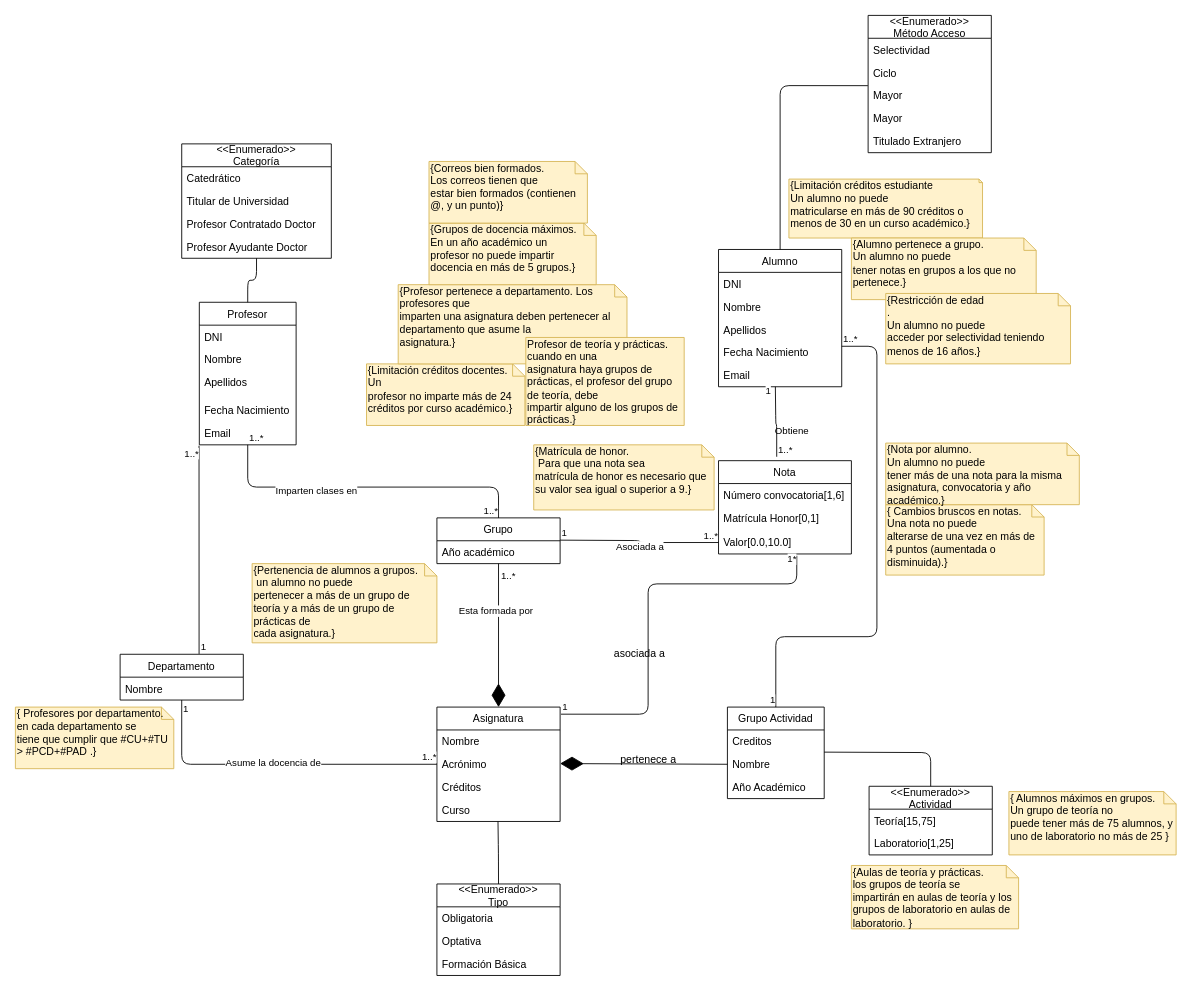
The draw.io diagram page "Gestion de Docencia" (3 of 5) of entregable1IISSI.drawio in juanlo017/GUZZY, before the edit. Source tidied: cells renumbered, new cells numbered last; positions are measured from the earlier drawing's top-left corner, leaving out a move shared by most shapes. Both pictures are drawn from the tidied source at 88%, with x=0, y=0 at pixel (15, 15).
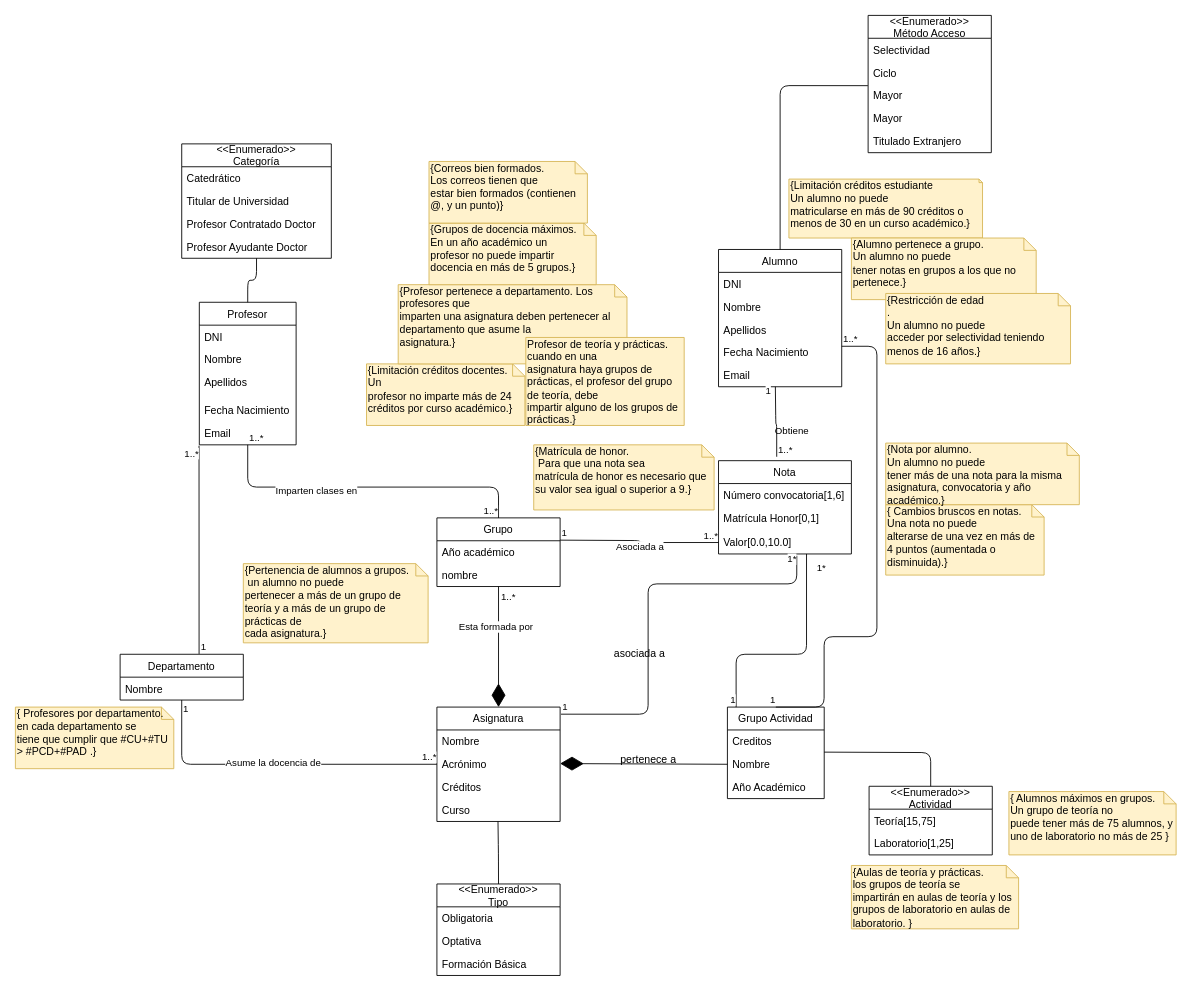
The same diagram, later.

Unchanged cells that the change refers to:
```xml
<mxCell id="63" value="Grupo Actividad" style="swimlane;fontStyle=0;horizontal=1;startSize=26;fillColor=none;" parent="1" vertex="1">
  <mxGeometry x="809.1" y="786" width="110" height="104" as="geometry" />
</mxCell>
```

Diff of the diagram source:
```diff
@@
     <mxCell id="36" value="Grupo" style="swimlane;fontStyle=0;horizontal=1;startSize=26;fillColor=none;" parent="1" vertex="1">
-      <mxGeometry x="479" y="571" width="140" height="52" as="geometry" />
+      <mxGeometry x="479" y="571" width="140" height="78" as="geometry" />
     </mxCell>
+    <mxCell id="99" value="Año académico" style="text;strokeColor=none;fillColor=none;align=left;verticalAlign=top;spacingLeft=4;spacingRight=4;overflow=hidden;" parent="36" vertex="1">
+      <mxGeometry y="26" width="140" height="26" as="geometry" />
+    </mxCell>
-    <mxCell id="37" value="Año académico" style="text;strokeColor=none;fillColor=none;align=left;verticalAlign=top;spacingLeft=4;spacingRight=4;overflow=hidden;" parent="36" vertex="1">
-      <mxGeometry y="26" width="140" height="26" as="geometry" />
+    <mxCell id="37" value="nombre" style="text;strokeColor=none;fillColor=none;align=left;verticalAlign=top;spacingLeft=4;spacingRight=4;overflow=hidden;" parent="36" vertex="1">
+      <mxGeometry y="52" width="140" height="26" as="geometry" />
     </mxCell>
@@
     <mxCell id="72" style="endArrow=none;html=1;edgeStyle=orthogonalEdgeStyle;entryX=0.5;entryY=0;entryDx=0;entryDy=0;" parent="1" edge="1" target="63">
       <mxGeometry relative="1" as="geometry">
         <mxPoint x="939" y="376" as="sourcePoint" />
         <Array as="points">
           <mxPoint x="979" y="376" />
           <mxPoint x="979" y="706" />
-          <mxPoint x="864" y="706" />
+          <mxPoint x="919" y="706" />
+          <mxPoint x="919" y="786" />
         </Array>
       </mxGeometry>
     </mxCell>
@@
     <mxCell id="82" value="{Pertenencia de alumnos a grupos.&lt;br&gt;&amp;nbsp;un alumno no puede&lt;br/&gt;pertenecer a más de un grupo de teoría y a más de un grupo de prácticas de&lt;br/&gt;cada asignatura.}" style="shape=note;whiteSpace=wrap;html=1;size=14;verticalAlign=top;align=left;spacingTop=-6;fillColor=#fff2cc;strokeColor=#d6b656;" parent="1" vertex="1">
-      <mxGeometry x="269" y="623" width="210" height="90" as="geometry" />
+      <mxGeometry x="259" y="623" width="210" height="90" as="geometry" />
     </mxCell>
@@
+    <mxCell id="100" style="endArrow=none;html=1;edgeStyle=orthogonalEdgeStyle;entryX=0.09;entryY=0;entryDx=0;entryDy=0;entryPerimeter=0;" parent="1" edge="1" target="63">
+      <mxGeometry relative="1" as="geometry">
+        <mxPoint x="899" y="612" as="sourcePoint" />
+        <Array as="points">
+          <mxPoint x="899" y="726" />
+          <mxPoint x="819" y="726" />
+        </Array>
+      </mxGeometry>
+    </mxCell>
+    <mxCell id="101" value="1*" style="edgeLabel;html=1;align=left;verticalAlign=bottom;" parent="100" vertex="1">
+      <mxGeometry x="-1" relative="1" as="geometry">
+        <mxPoint x="10" y="24" as="offset" />
+      </mxGeometry>
+    </mxCell>
+    <mxCell id="102" value="1" style="edgeLabel;html=1;align=right;verticalAlign=bottom;" parent="100" vertex="1">
+      <mxGeometry x="1" relative="1" as="geometry" />
+    </mxCell>
```
